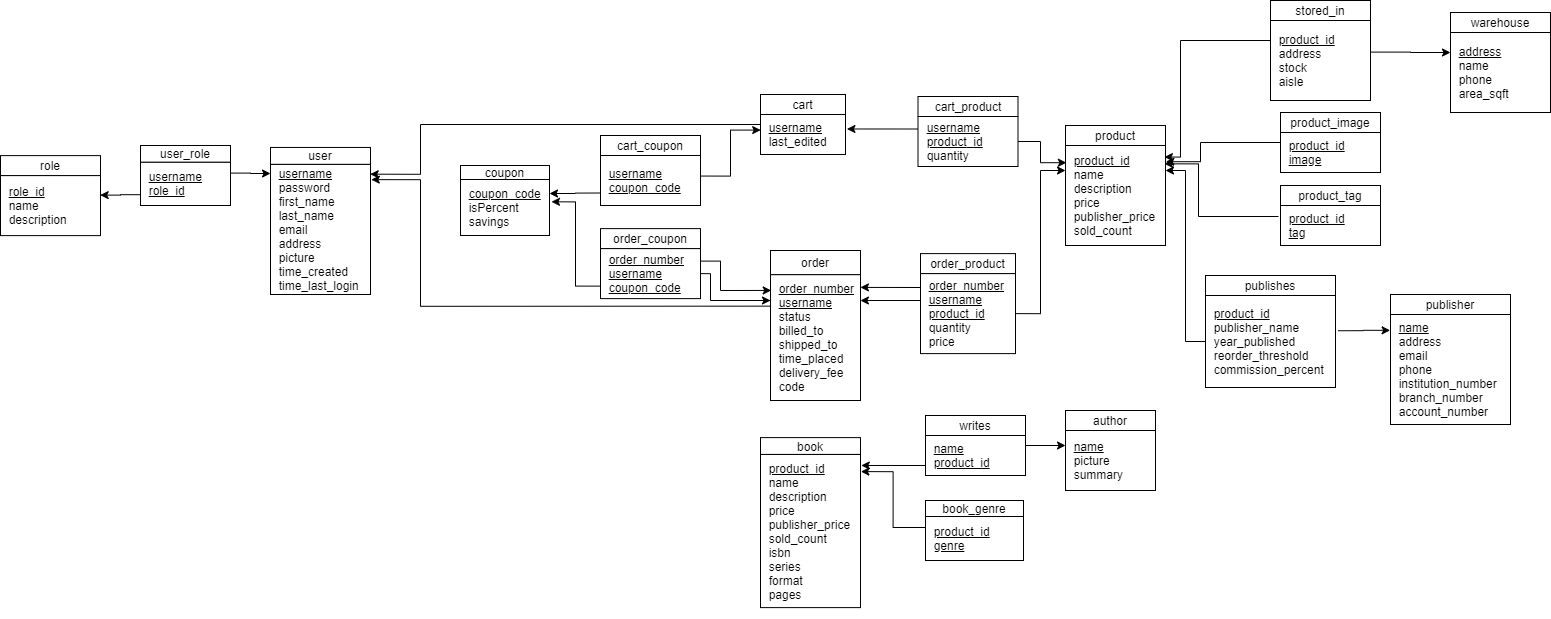
Earlier version of the draw.io export sql/images/schemaDiagram.png (liaocanada/online-bookstore). Source tidied: cells renumbered, new cells last; positions are measured from the earlier drawing's top-left corner, leaving out a move shared by most shapes.
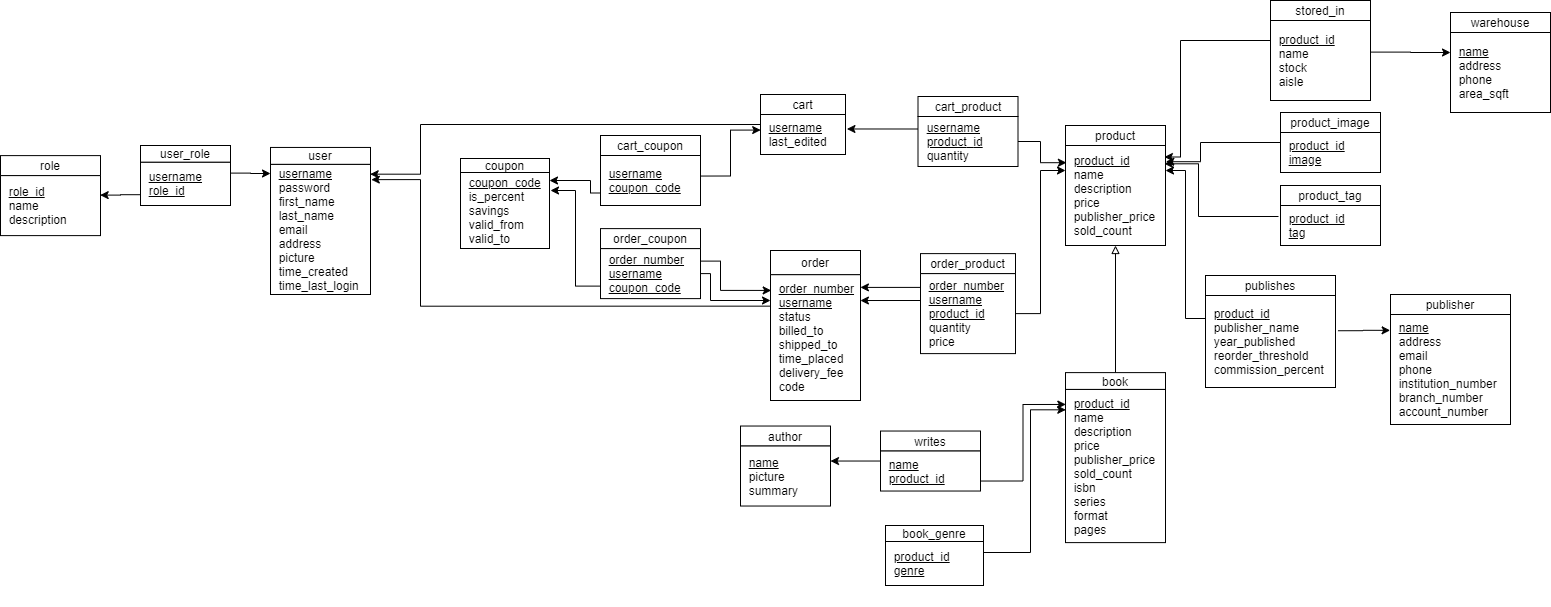
The same file after the commit.

Commit message:
Add attributes to coupon for ER and schema diagrams

The edit, as a diff of the source:
```diff
@@ -33,10 +33,10 @@
       <mxGeometry y="28.9" width="100" height="130.1" as="geometry" />
     </mxCell>
     <mxCell id="12" style="group;align=left;" parent="1" vertex="1">
-      <mxGeometry x="460" y="165" width="89" height="70" as="geometry" />
+      <mxGeometry x="460" y="158" width="89" height="90" as="geometry" />
     </mxCell>
-    <mxCell id="13" value="&amp;nbsp; &lt;u&gt;coupon_code&lt;/u&gt;&lt;br&gt;&amp;nbsp; isPercent&lt;br&gt;&amp;nbsp; savings" style="rounded=0;whiteSpace=wrap;html=1;align=left;" parent="12" vertex="1">
-      <mxGeometry y="14" width="89" height="56" as="geometry" />
+    <mxCell id="13" value="&amp;nbsp; &lt;u&gt;coupon_code&lt;/u&gt;&lt;br&gt;&amp;nbsp; is_percent&lt;br&gt;&amp;nbsp; savings&lt;br&gt;&amp;nbsp; valid_from&lt;br&gt;&amp;nbsp; valid_to" style="rounded=0;whiteSpace=wrap;html=1;align=left;" parent="12" vertex="1">
+      <mxGeometry y="14" width="89" height="76" as="geometry" />
     </mxCell>
     <mxCell id="14" value="coupon" style="rounded=0;whiteSpace=wrap;html=1;" parent="12" vertex="1">
       <mxGeometry width="89" height="14" as="geometry" />
@@ -104,7 +104,7 @@
     <mxCell id="35" value="warehouse" style="rounded=0;whiteSpace=wrap;html=1;" parent="34" vertex="1">
       <mxGeometry width="100" height="20" as="geometry" />
     </mxCell>
-    <mxCell id="36" value="&amp;nbsp; &lt;u&gt;address&lt;/u&gt;&lt;br&gt;&amp;nbsp; name&lt;br&gt;&amp;nbsp; phone&lt;br&gt;&amp;nbsp; area_sqft" style="rounded=0;whiteSpace=wrap;html=1;align=left;" parent="34" vertex="1">
+    <mxCell id="36" value="&amp;nbsp; &lt;u&gt;name&lt;/u&gt;&lt;br&gt;&amp;nbsp; address&lt;br&gt;&amp;nbsp; phone&lt;br&gt;&amp;nbsp; area_sqft" style="rounded=0;whiteSpace=wrap;html=1;align=left;" parent="34" vertex="1">
       <mxGeometry y="20" width="100" height="80" as="geometry" />
     </mxCell>
     <mxCell id="37" style="group;align=left;" parent="1" vertex="1">
@@ -113,11 +113,11 @@
     <mxCell id="38" value="stored_in" style="rounded=0;whiteSpace=wrap;html=1;" parent="37" vertex="1">
       <mxGeometry width="100" height="20" as="geometry" />
     </mxCell>
-    <mxCell id="39" value="&amp;nbsp; &lt;u&gt;product_id&lt;/u&gt;&lt;br&gt;&amp;nbsp; address&lt;br&gt;&amp;nbsp; stock&lt;br&gt;&amp;nbsp; aisle" style="rounded=0;whiteSpace=wrap;html=1;align=left;" parent="37" vertex="1">
+    <mxCell id="39" value="&amp;nbsp; &lt;u&gt;product_id&lt;/u&gt;&lt;br&gt;&amp;nbsp; name&lt;br&gt;&amp;nbsp; stock&lt;br&gt;&amp;nbsp; aisle" style="rounded=0;whiteSpace=wrap;html=1;align=left;" parent="37" vertex="1">
       <mxGeometry y="20" width="100" height="80" as="geometry" />
     </mxCell>
     <mxCell id="40" style="group;align=left;" parent="1" vertex="1">
-      <mxGeometry x="760" y="437.1" width="100" height="180" as="geometry" />
+      <mxGeometry x="1065" y="372.1" width="100" height="180" as="geometry" />
     </mxCell>
     <mxCell id="41" value="book" style="rounded=0;whiteSpace=wrap;html=1;" parent="40" vertex="1">
       <mxGeometry width="100" height="16.8" as="geometry" />
@@ -126,7 +126,7 @@
       <mxGeometry y="16.8" width="100" height="153.2" as="geometry" />
     </mxCell>
     <mxCell id="43" style="group;align=left;" parent="1" vertex="1">
-      <mxGeometry x="955" y="415" width="100" height="165" as="geometry" />
+      <mxGeometry x="915" y="440" width="100" height="165" as="geometry" />
     </mxCell>
     <mxCell id="44" style="group;align=left;" parent="43" vertex="1">
       <mxGeometry x="-30" y="85" width="98" height="80" as="geometry" />
@@ -168,14 +168,19 @@
     <mxCell id="53" style="edgeStyle=orthogonalEdgeStyle;rounded=0;jettySize=auto;html=1;exitX=1;exitY=0.5;exitDx=0;exitDy=0;entryX=0;entryY=0.25;entryDx=0;entryDy=0;startArrow=none;startFill=0;endArrow=classic;endFill=1;" parent="1" edge="1" source="33" target="26">
       <mxGeometry relative="1" as="geometry" />
     </mxCell>
-    <mxCell id="54" style="edgeStyle=orthogonalEdgeStyle;rounded=0;jettySize=auto;html=1;exitX=1;exitY=0.25;exitDx=0;exitDy=0;entryX=1;entryY=0.25;entryDx=0;entryDy=0;startArrow=none;startFill=0;endArrow=classic;endFill=1;" parent="1" edge="1" source="49" target="26">
+    <mxCell id="54" style="edgeStyle=orthogonalEdgeStyle;rounded=0;jettySize=auto;html=1;exitX=0;exitY=0.25;exitDx=0;exitDy=0;entryX=1;entryY=0.25;entryDx=0;entryDy=0;startArrow=none;startFill=0;endArrow=classic;endFill=1;" parent="1" edge="1" source="49" target="26">
       <mxGeometry relative="1" as="geometry" />
     </mxCell>
-    <mxCell id="55" style="edgeStyle=orthogonalEdgeStyle;rounded=0;jettySize=auto;html=1;exitX=0;exitY=0.75;exitDx=0;exitDy=0;entryX=1.008;entryY=0.072;entryDx=0;entryDy=0;entryPerimeter=0;startArrow=none;startFill=0;endArrow=classic;endFill=1;" parent="1" edge="1" source="84" target="42">
+    <mxCell id="55" style="edgeStyle=orthogonalEdgeStyle;rounded=0;jettySize=auto;html=1;exitX=1;exitY=0.75;exitDx=0;exitDy=0;entryX=0.003;entryY=0.098;entryDx=0;entryDy=0;entryPerimeter=0;startArrow=none;startFill=0;endArrow=classic;endFill=1;" parent="1" edge="1" source="84" target="42">
       <mxGeometry relative="1" as="geometry" />
     </mxCell>
-    <mxCell id="56" style="edgeStyle=orthogonalEdgeStyle;rounded=0;jettySize=auto;html=1;exitX=0;exitY=0.25;exitDx=0;exitDy=0;entryX=1.004;entryY=0.112;entryDx=0;entryDy=0;entryPerimeter=0;startArrow=none;startFill=0;endArrow=classic;endFill=1;" parent="1" edge="1" source="46" target="42">
-      <mxGeometry relative="1" as="geometry" />
+    <mxCell id="56" style="edgeStyle=orthogonalEdgeStyle;rounded=0;jettySize=auto;html=1;exitX=1;exitY=0.25;exitDx=0;exitDy=0;entryX=0.003;entryY=0.133;entryDx=0;entryDy=0;entryPerimeter=0;startArrow=none;startFill=0;endArrow=classic;endFill=1;" parent="1" edge="1" source="46" target="42">
+      <mxGeometry relative="1" as="geometry">
+        <Array as="points">
+          <mxPoint x="1030" y="552" />
+          <mxPoint x="1030" y="409" />
+        </Array>
+      </mxGeometry>
     </mxCell>
     <mxCell id="57" style="edgeStyle=orthogonalEdgeStyle;rounded=0;jettySize=auto;html=1;exitX=-0.003;exitY=0.144;exitDx=0;exitDy=0;startArrow=classic;startFill=1;endArrow=none;endFill=0;entryX=1.019;entryY=0.383;entryDx=0;entryDy=0;entryPerimeter=0;exitPerimeter=0;" parent="1" edge="1" source="4" target="49">
       <mxGeometry relative="1" as="geometry" />
@@ -206,14 +211,20 @@
         </Array>
       </mxGeometry>
     </mxCell>
-    <mxCell id="61" style="edgeStyle=orthogonalEdgeStyle;rounded=0;jettySize=auto;html=1;exitX=1;exitY=0.25;exitDx=0;exitDy=0;entryX=0;entryY=0.75;entryDx=0;entryDy=0;startArrow=classic;startFill=1;endArrow=none;endFill=0;" parent="1" edge="1" source="13" target="20">
-      <mxGeometry relative="1" as="geometry" />
+    <mxCell id="61" style="edgeStyle=orthogonalEdgeStyle;rounded=0;jettySize=auto;html=1;entryX=0;entryY=0.75;entryDx=0;entryDy=0;startArrow=classic;startFill=1;endArrow=none;endFill=0;" parent="1" edge="1" target="20">
+      <mxGeometry relative="1" as="geometry">
+        <mxPoint x="549" y="180" as="sourcePoint" />
+        <Array as="points">
+          <mxPoint x="590" y="180" />
+          <mxPoint x="590" y="193" />
+        </Array>
+      </mxGeometry>
     </mxCell>
-    <mxCell id="62" style="edgeStyle=orthogonalEdgeStyle;rounded=0;jettySize=auto;html=1;entryX=1.022;entryY=0.398;entryDx=0;entryDy=0;exitX=0;exitY=0.75;exitDx=0;exitDy=0;entryPerimeter=0;" parent="1" edge="1" source="66" target="13">
+    <mxCell id="62" style="edgeStyle=orthogonalEdgeStyle;rounded=0;jettySize=auto;html=1;exitX=0;exitY=0.75;exitDx=0;exitDy=0;" parent="1" edge="1" source="66">
       <mxGeometry relative="1" as="geometry">
+        <mxPoint x="550" y="190" as="targetPoint" />
         <Array as="points">
           <mxPoint x="575" y="286" />
-          <mxPoint x="575" y="201" />
         </Array>
       </mxGeometry>
     </mxCell>
@@ -311,23 +322,29 @@
     <mxCell id="82" style="edgeStyle=orthogonalEdgeStyle;rounded=0;jettySize=auto;html=1;exitX=0;exitY=0.75;exitDx=0;exitDy=0;entryX=0.997;entryY=0.325;entryDx=0;entryDy=0;entryPerimeter=0;" parent="1" edge="1" source="80" target="76">
       <mxGeometry relative="1" as="geometry" />
     </mxCell>
-    <mxCell id="83" value="writes" style="rounded=0;whiteSpace=wrap;html=1;" parent="1" vertex="1">
-      <mxGeometry x="925" y="415" width="100" height="20" as="geometry" />
-    </mxCell>
-    <mxCell id="84" value="&amp;nbsp; &lt;u&gt;name&lt;/u&gt;&lt;br&gt;&amp;nbsp;&amp;nbsp;&lt;u&gt;product_id&lt;/u&gt;" style="rounded=0;whiteSpace=wrap;html=1;align=left;" parent="1" vertex="1">
-      <mxGeometry x="925" y="435" width="100" height="40" as="geometry" />
-    </mxCell>
     <mxCell id="85" style="group;align=left;" parent="1" vertex="1">
-      <mxGeometry x="1065" y="410" width="90" height="100" as="geometry" />
+      <mxGeometry x="740" y="415" width="90" height="100" as="geometry" />
     </mxCell>
     <mxCell id="86" value="author" style="rounded=0;whiteSpace=wrap;html=1;" parent="85" vertex="1">
-      <mxGeometry width="90" height="20" as="geometry" />
+      <mxGeometry y="10.5" width="90" height="20" as="geometry" />
     </mxCell>
     <mxCell id="87" value="&amp;nbsp; &lt;u&gt;name&lt;/u&gt;&lt;br&gt;&amp;nbsp; picture&lt;br&gt;&amp;nbsp; summary" style="rounded=0;whiteSpace=wrap;html=1;align=left;" parent="85" vertex="1">
-      <mxGeometry y="20" width="90" height="60" as="geometry" />
+      <mxGeometry y="30.5" width="90" height="60" as="geometry" />
     </mxCell>
-    <mxCell id="88" style="edgeStyle=orthogonalEdgeStyle;rounded=0;jettySize=auto;html=1;exitX=1;exitY=0.25;exitDx=0;exitDy=0;entryX=0;entryY=0.25;entryDx=0;entryDy=0;startArrow=none;startFill=0;endArrow=classic;endFill=1;" parent="1" edge="1" source="84" target="87">
+    <mxCell id="88" style="edgeStyle=orthogonalEdgeStyle;rounded=0;jettySize=auto;html=1;exitX=0;exitY=0.25;exitDx=0;exitDy=0;entryX=1;entryY=0.25;entryDx=0;entryDy=0;startArrow=none;startFill=0;endArrow=classic;endFill=1;" parent="1" edge="1" source="84" target="87">
       <mxGeometry relative="1" as="geometry" />
     </mxCell>
+    <mxCell id="89" style="group;" parent="1" vertex="1">
+      <mxGeometry x="880" y="430.5" width="100" height="60" as="geometry" />
+    </mxCell>
+    <mxCell id="83" value="writes" style="rounded=0;whiteSpace=wrap;html=1;" parent="89" vertex="1">
+      <mxGeometry width="100" height="20" as="geometry" />
+    </mxCell>
+    <mxCell id="84" value="&amp;nbsp; &lt;u&gt;name&lt;/u&gt;&lt;br&gt;&amp;nbsp;&amp;nbsp;&lt;u&gt;product_id&lt;/u&gt;" style="rounded=0;whiteSpace=wrap;html=1;align=left;" parent="89" vertex="1">
+      <mxGeometry y="20" width="100" height="40" as="geometry" />
+    </mxCell>
+    <mxCell id="90" style="edgeStyle=orthogonalEdgeStyle;rounded=0;jettySize=auto;html=1;exitX=0.5;exitY=0;exitDx=0;exitDy=0;entryX=0.5;entryY=1;entryDx=0;entryDy=0;endArrow=block;endFill=0;" parent="1" edge="1" source="41" target="26">
+      <mxGeometry relative="1" as="geometry" />
+    </mxCell>
   </root>
 </mxGraphModel>
```
